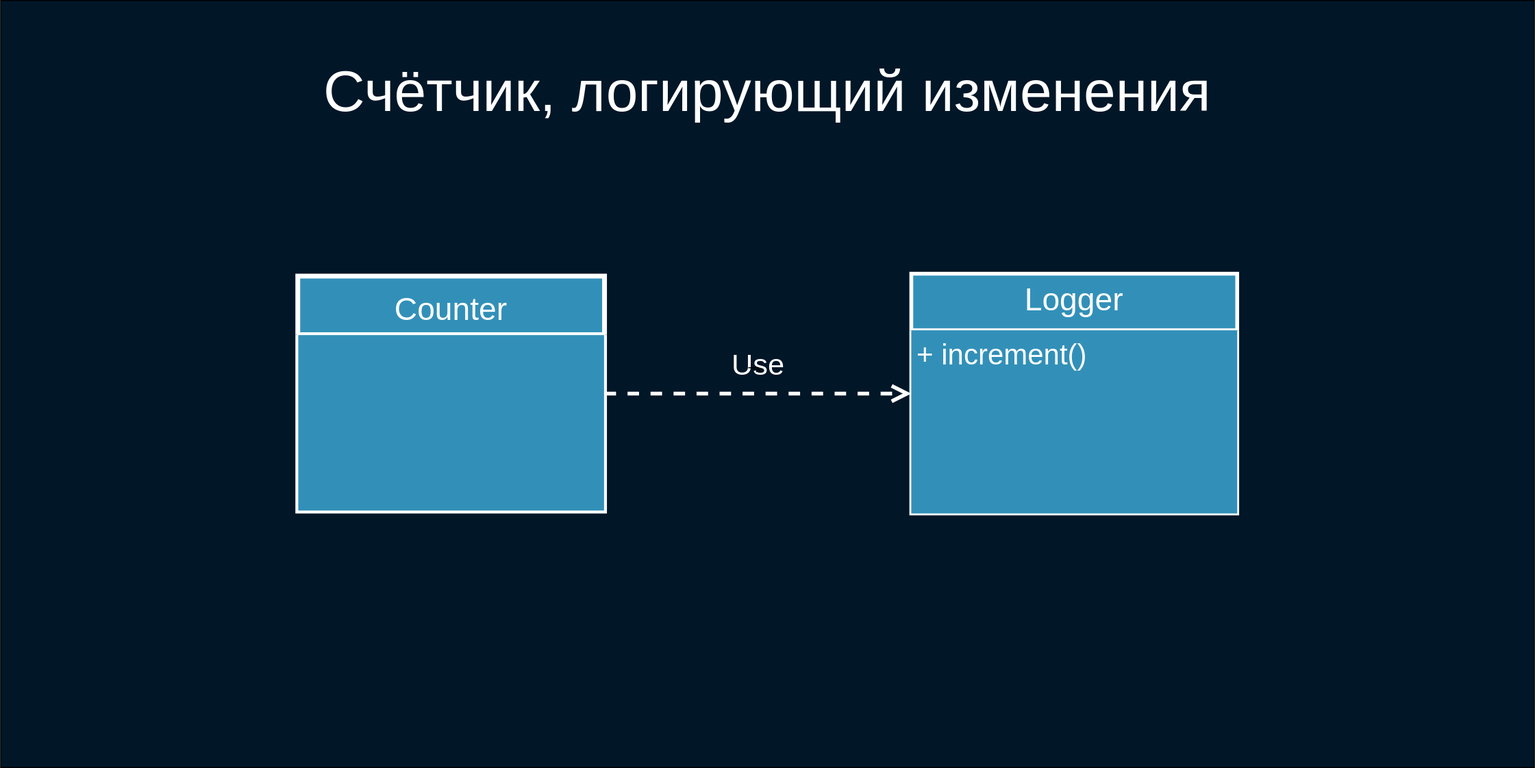
This is deck/ru/diagrams/counterWithLogger.svg from softspiders/dip-in-ca-deck, a draw.io export, as it was before one commit. Source tidied: cells renumbered, new cells last; positions are measured from the earlier drawing's top-left corner, leaving out a move shared by most shapes.
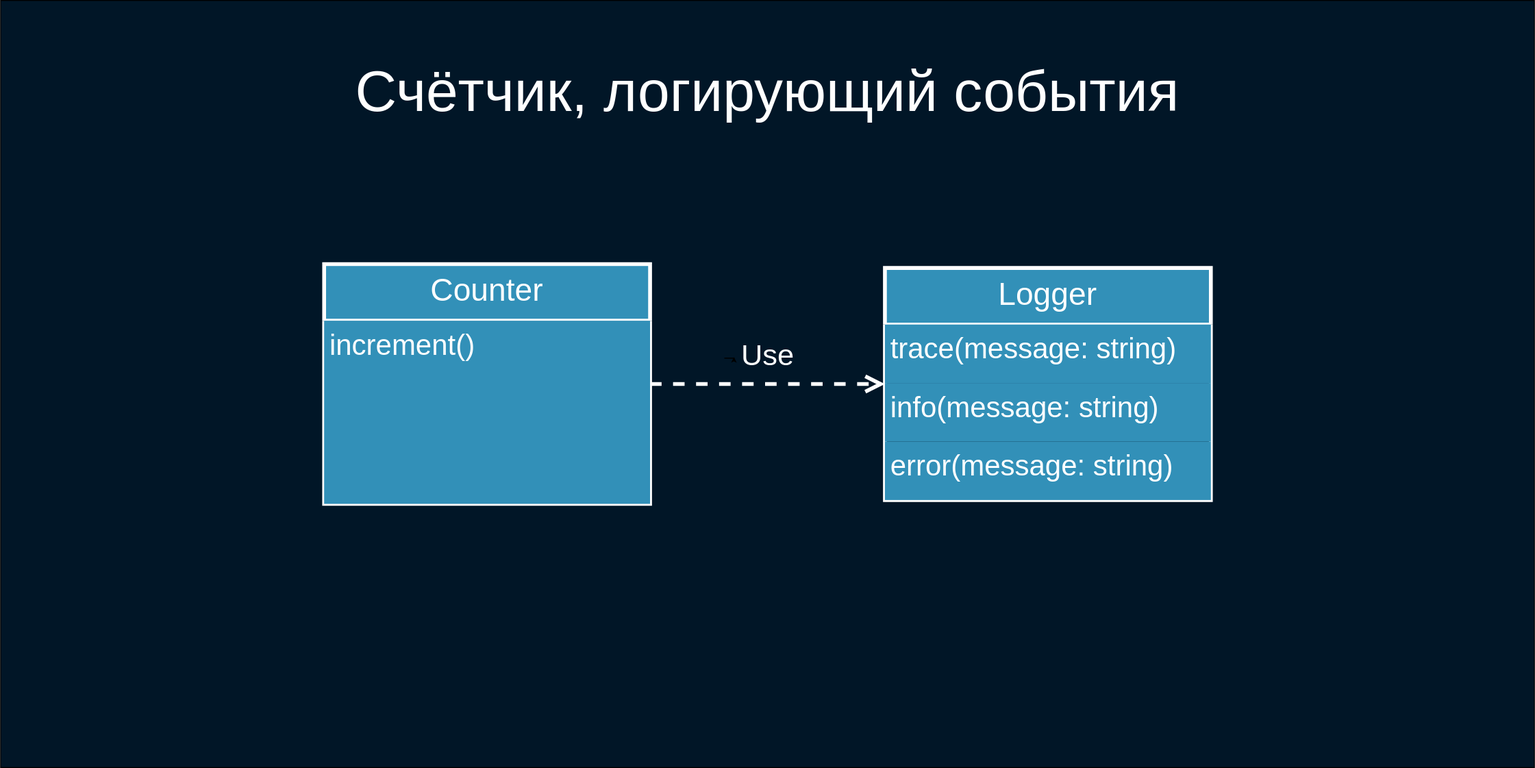
Later version of the same file.

The edit, as a diff of the source:
```diff
@@ -10,24 +10,30 @@
     </mxCell>
     <mxCell id="4" style="edgeStyle=orthogonalEdgeStyle;rounded=0;orthogonalLoop=1;jettySize=auto;html=1;exitX=0.5;exitY=1;exitDx=0;exitDy=0;entryX=0.553;entryY=0.974;entryDx=0;entryDy=0;entryPerimeter=0;fontSize=33;fontColor=#FFFFFF;" parent="1" edge="1">
       <mxGeometry relative="1" as="geometry">
-        <mxPoint x="780" y="383" as="sourcePoint" />
-        <mxPoint x="790.1" y="382.5" as="targetPoint" />
+        <mxPoint x="755" y="373" as="sourcePoint" />
+        <mxPoint x="765.1" y="372.5" as="targetPoint" />
       </mxGeometry>
     </mxCell>
-    <mxCell id="5" value="Счётчик, логирующий изменения" style="text;html=1;strokeColor=none;fillColor=none;align=center;verticalAlign=middle;whiteSpace=wrap;rounded=0;fontSize=60;fontColor=#FFFFFF;" parent="1" vertex="1">
+    <mxCell id="5" value="Счётчик, логирующий события" style="text;html=1;strokeColor=none;fillColor=none;align=center;verticalAlign=middle;whiteSpace=wrap;rounded=0;fontSize=60;fontColor=#FFFFFF;" parent="1" vertex="1">
       <mxGeometry x="301.9" y="60" width="996.2" height="70" as="geometry" />
     </mxCell>
-    <mxCell id="6" value="Counter" style="swimlane;fontStyle=0;horizontal=1;startSize=61;fillColor=#3290B8;strokeColor=#FFFFFF;strokeWidth=5;fontSize=33;fontColor=#FFFFFF;" parent="1" vertex="1">
-      <mxGeometry x="310" y="287.5" width="320" height="245" as="geometry" />
-    </mxCell>
-    <mxCell id="7" style="text;strokeColor=#FFFFFF;fillColor=#3290B8;align=left;verticalAlign=top;spacingLeft=4;spacingRight=4;overflow=hidden;strokeWidth=1;" parent="6" vertex="1">
-      <mxGeometry y="61" width="320" height="184" as="geometry" />
-    </mxCell>
     <mxCell id="8" value="Logger" style="swimlane;fontStyle=0;align=center;verticalAlign=top;horizontal=1;startSize=59;strokeColor=#FFFFFF;strokeWidth=4;fillColor=#3290B8;fontSize=33;fontColor=#FFFFFF;labelBackgroundColor=none;" parent="1" vertex="1">
-      <mxGeometry x="950" y="285" width="340" height="250" as="geometry" />
+      <mxGeometry x="922.5" y="279" width="340" height="242" as="geometry" />
     </mxCell>
-    <mxCell id="9" value="+ increment()" style="text;strokeColor=none;fillColor=#3290B8;align=left;verticalAlign=top;spacingLeft=4;spacingRight=4;overflow=hidden;fontColor=#FFFFFF;fontSize=30;labelBackgroundColor=none;" parent="8" vertex="1">
-      <mxGeometry y="59" width="340" height="191" as="geometry" />
+    <mxCell id="9" value="trace(message: string)" style="text;strokeColor=none;fillColor=#3290B8;align=left;verticalAlign=top;spacingLeft=4;spacingRight=4;overflow=hidden;fontColor=#FFFFFF;fontSize=30;labelBackgroundColor=none;" parent="8" vertex="1">
+      <mxGeometry y="59" width="340" height="61" as="geometry" />
     </mxCell>
+    <mxCell id="10" value="info(message: string)" style="text;strokeColor=none;fillColor=#3290B8;align=left;verticalAlign=top;spacingLeft=4;spacingRight=4;overflow=hidden;fontColor=#FFFFFF;fontSize=30;labelBackgroundColor=none;" parent="8" vertex="1">
+      <mxGeometry y="120" width="340" height="61" as="geometry" />
+    </mxCell>
+    <mxCell id="11" value="error(message: string)" style="text;strokeColor=none;fillColor=#3290B8;align=left;verticalAlign=top;spacingLeft=4;spacingRight=4;overflow=hidden;fontColor=#FFFFFF;fontSize=30;labelBackgroundColor=none;" parent="8" vertex="1">
+      <mxGeometry y="181" width="340" height="61" as="geometry" />
+    </mxCell>
+    <mxCell id="6" value="Counter" style="swimlane;fontStyle=0;align=center;verticalAlign=top;horizontal=1;startSize=59;strokeColor=#FFFFFF;strokeWidth=4;fillColor=#3290B8;fontSize=33;fontColor=#FFFFFF;labelBackgroundColor=none;" parent="1" vertex="1">
+      <mxGeometry x="337.5" y="275" width="340" height="250" as="geometry" />
+    </mxCell>
+    <mxCell id="12" value="increment()" style="text;strokeColor=none;fillColor=#3290B8;align=left;verticalAlign=top;spacingLeft=4;spacingRight=4;overflow=hidden;fontColor=#FFFFFF;fontSize=30;labelBackgroundColor=none;" parent="6" vertex="1">
+      <mxGeometry y="59" width="340" height="191" as="geometry" />
+    </mxCell>
   </root>
 </mxGraphModel>
```
